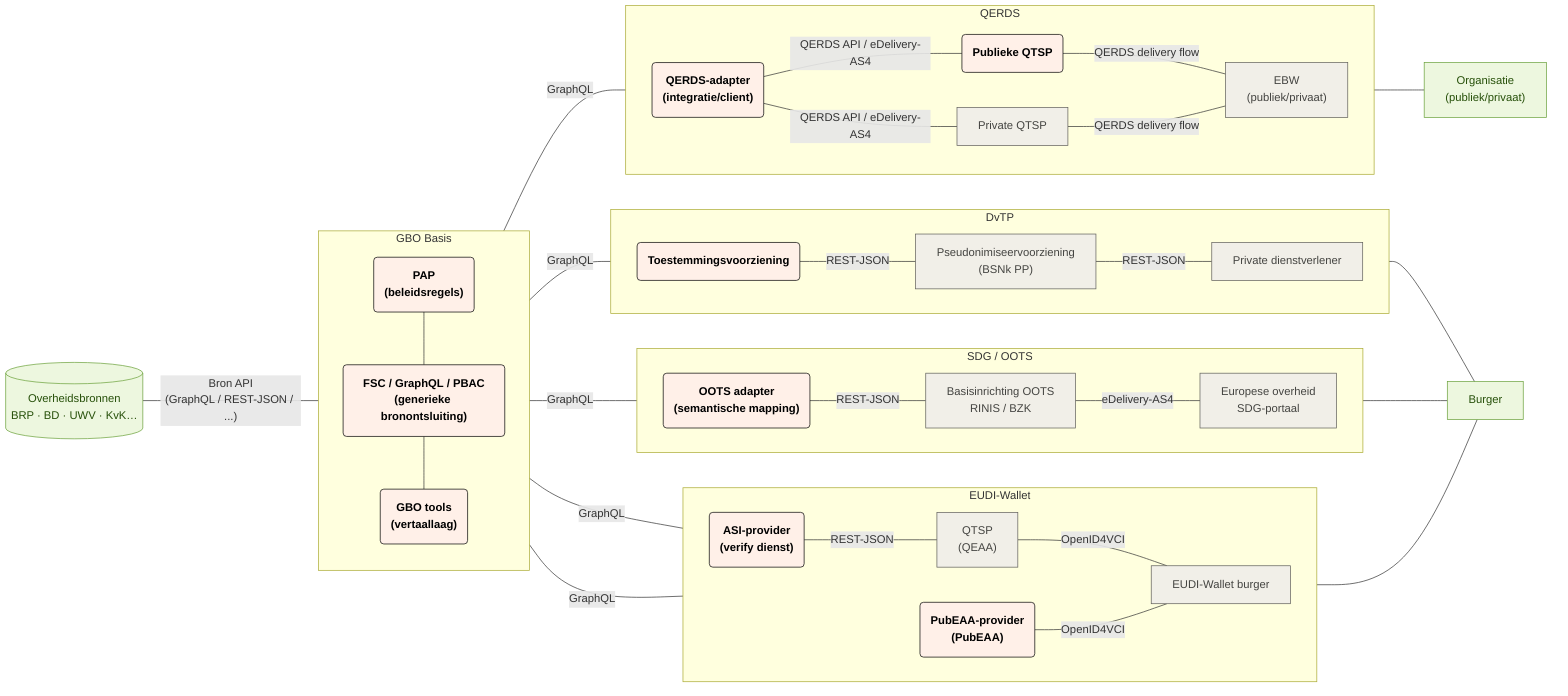
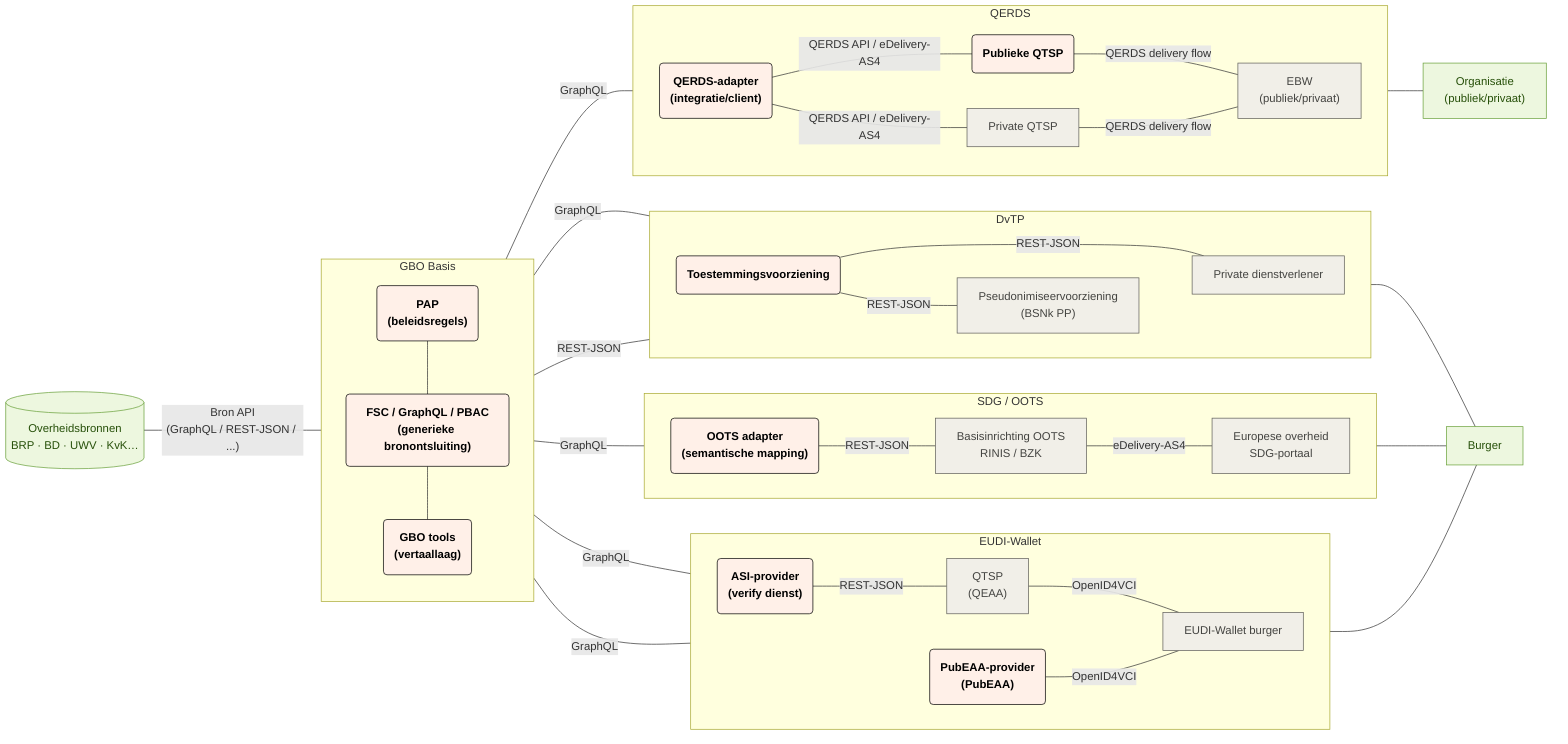
flowchart LR
  subgraph gbo["GBO Basis"]
    direction TB
        fsc_pap("`**PAP<br>(beleidsregels)**`")
        fsc("`**FSC / GraphQL / PBAC<br>(generieke bronontsluiting)**`")
        fsc_tools("`**GBO tools<br>(vertaallaag)**`")
  end
  subgraph eudi["EUDI-Wallet"]
    direction LR
        eudi_asi("`**ASI-provider<br>(verify dienst)**`")
        eudi_pubeaa("`**PubEAA-provider<br>(PubEAA)**`")
        eudi_qeaa["QTSP<br>(QEAA)"]
        eudi_wallet["EUDI-Wallet burger"]
  end
  subgraph oots["SDG / OOTS"]
    direction LR
        oots_adapter("`**OOTS adapter<br>(semantische mapping)**`")
        oots_basis["Basisinrichting OOTS<br>RINIS / BZK"]
        oots_afnemer["Europese overheid<br>SDG-portaal"]
  end
  subgraph dvtp["DvTP"]
    direction LR
        dvtp_toestemming("`**Toestemmingsvoorziening**`")
        dvtp_pseudoniem["Pseudonimiseervoorziening<br>(BSNk PP)"]
        dvtp_afnemer["Private dienstverlener"]
  end
  subgraph ebw["QERDS"]
     direction LR
        ebw_qerds_adapter("`**QERDS-adapter<br>(integratie/client)**`")
        ebw_pub_qtsp("`**Publieke QTSP**`")
        ebw_qtsp["Private QTSP"]
        ebw_wallet["EBW<br>(publiek/privaat)"]
  end

  fsc_pap --- fsc
  fsc --- fsc_tools
  bron[("Overheidsbronnen<br>BRP · BD · UWV · KvK…")] -- Bron API<br>(GraphQL / REST-JSON / ...) --- gbo
  eudi_asi -- REST-JSON --- eudi_qeaa
  eudi_qeaa -- OpenID4VCI --- eudi_wallet
-   gbo -- GraphQL --- eudi_asi & eudi_pubeaa & oots_adapter & dvtp_toestemming & ebw_qerds_adapter
+   gbo -- GraphQL --- eudi_asi & eudi_pubeaa & oots_adapter & dvtp_afnemer & ebw_qerds_adapter
  eudi_pubeaa -- OpenID4VCI --- eudi_wallet
  oots_adapter -- REST-JSON --- oots_basis
  oots_basis -- eDelivery-AS4 --- oots_afnemer
+   gbo -- REST-JSON --- dvtp_toestemming
+   dvtp_toestemming -- REST-JSON --- dvtp_afnemer
  dvtp_toestemming -- REST-JSON --- dvtp_pseudoniem
-   dvtp_pseudoniem -- REST-JSON --- dvtp_afnemer
+   dvtp_pseudoniem ~~~ dvtp_afnemer
  ebw_qerds_adapter -- QERDS API / eDelivery-AS4 --- ebw_pub_qtsp -- QERDS delivery flow --- ebw_wallet
  ebw_qerds_adapter -- QERDS API / eDelivery-AS4 --- ebw_qtsp -- QERDS delivery flow --- ebw_wallet
  ebw_wallet --- organisatie["Organisatie<br>(publiek/privaat)"]
  eudi_wallet --- burger["Burger"]
  oots_afnemer --- burger
  dvtp_afnemer --- burger

  fsc_pap:::gbo
  fsc:::gbo
  fsc_tools:::gbo
  ebw_qerds_adapter:::gbo
  ebw_pub_qtsp:::gbo
  ebw_qtsp:::eudi
  ebw_wallet:::eudi
  eudi_asi:::gbo
  eudi_pubeaa:::gbo
  eudi_qeaa:::eudi
  eudi_wallet:::eudi
  oots_adapter:::gbo
  oots_basis:::oots
  oots_afnemer:::oots
  dvtp_toestemming:::gbo
  dvtp_pseudoniem:::dvtp
  dvtp_afnemer:::dvtp
  bron:::bron
  burger:::burger
  organisatie:::burger

  classDef bron fill:#edf7df,stroke:#6aa13a,color:#27500a
  classDef generiek fill:#f1efe8,stroke:#5f5e5a,color:#444441
  classDef eudi fill:#f1efe8,stroke:#5f5e5a,color:#444441
  classDef oots fill:#f1efe8,stroke:#5f5e5a,color:#444441
  classDef dvtp fill:#f1efe8,stroke:#5f5e5a,color:#444441
  classDef gbo fill:#fff0e8,stroke:#000000,color:#000000
  classDef burger fill:#edf7df,stroke:#6aa13a,color:#27500a
